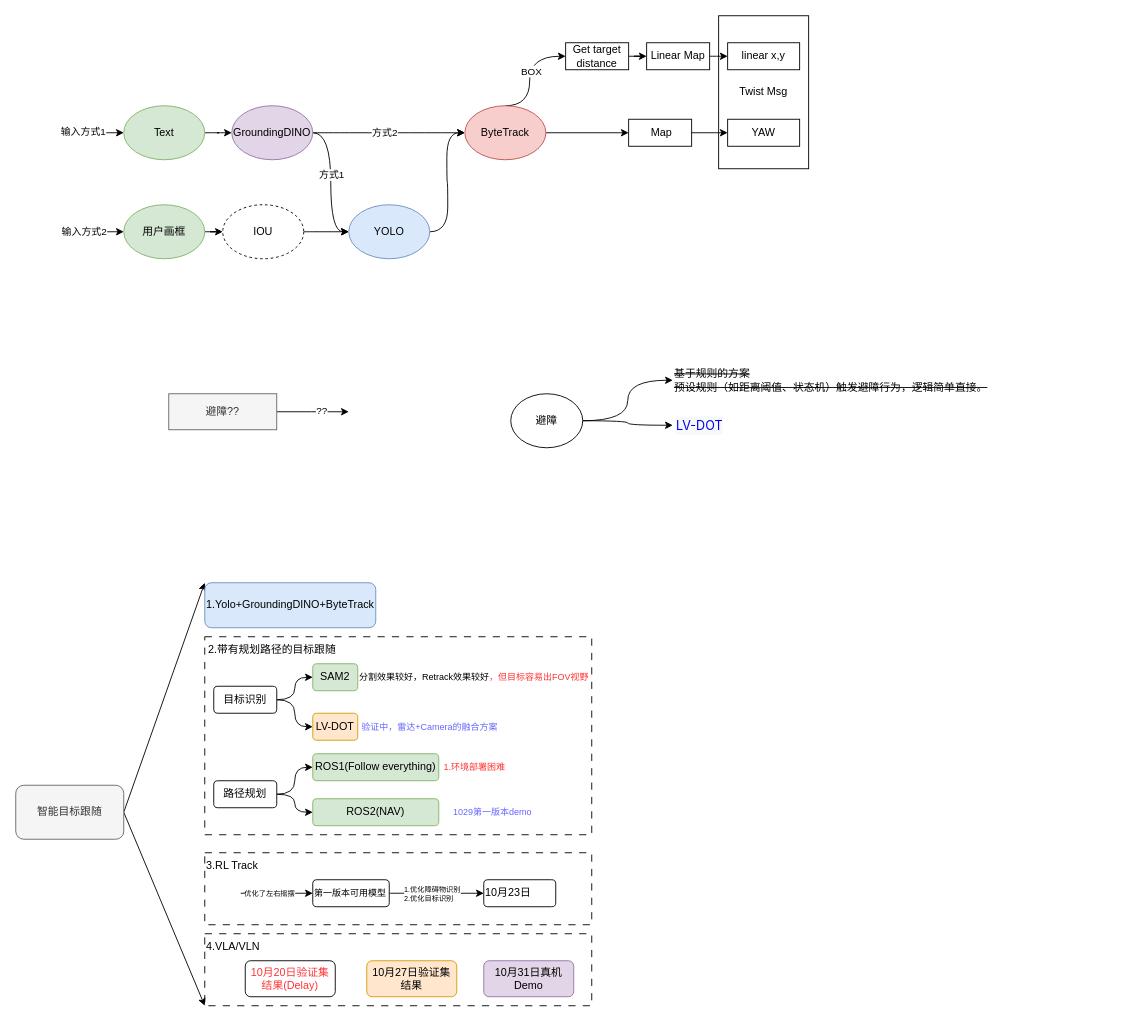
This is LLM/经典跟踪方法.drawio from mailonghua/drawio, a draw.io file, before an edit. Source tidied: cells renumbered, new cells numbered last; positions are measured from the earlier drawing's top-left corner, leaving out a move shared by most shapes. Both pictures are drawn from the tidied source at 90%, with x=0, y=0 at pixel (15, 15).
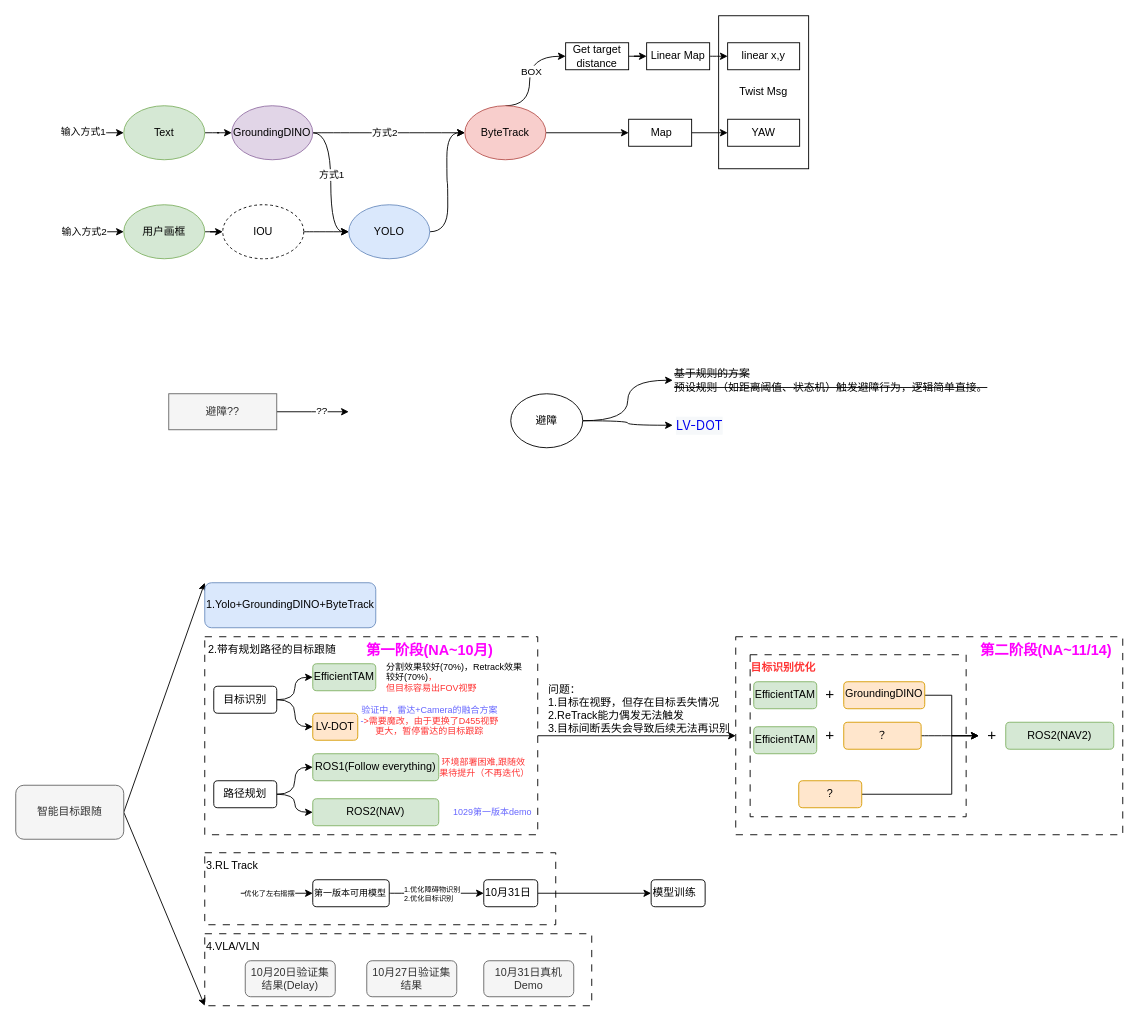
The same diagram, later.

Commit message:
更新经典跟踪方法.drawio

Change to the diagram source:
```diff
@@
+    <mxCell id="66" style="rounded=0;whiteSpace=wrap;html=1;labelBackgroundColor=none;fillColor=none;dashed=1;dashPattern=8 8;strokeWidth=1;" parent="1" vertex="1">
+      <mxGeometry x="210" y="930" width="390" height="80" as="geometry" />
+    </mxCell>
+    <mxCell id="73" style="rounded=0;whiteSpace=wrap;html=1;labelBackgroundColor=none;fillColor=none;dashed=1;dashPattern=8 8;strokeWidth=1;" parent="1" vertex="1">
+      <mxGeometry x="800" y="690" width="430" height="220" as="geometry" />
+    </mxCell>
+    <mxCell id="74" style="rounded=0;whiteSpace=wrap;html=1;labelBackgroundColor=none;dashed=1;dashPattern=8 8;strokeWidth=1;" parent="1" vertex="1">
+      <mxGeometry x="816" y="710" width="240" height="180" as="geometry" />
+    </mxCell>
+    <mxCell id="75" style="edgeStyle=orthogonalEdgeStyle;rounded=0;jettySize=auto;html=1;" parent="1" edge="1" source="2" target="73">
+      <mxGeometry relative="1" as="geometry" />
+    </mxCell>
     <mxCell id="2" style="rounded=0;whiteSpace=wrap;html=1;labelBackgroundColor=none;fillColor=none;dashed=1;dashPattern=8 8;strokeWidth=1;" parent="1" vertex="1">
-      <mxGeometry x="210" y="690" width="430" height="220" as="geometry" />
+      <mxGeometry x="210" y="690" width="370" height="220" as="geometry" />
     </mxCell>
@@
+    <mxCell id="76" style="edgeStyle=orthogonalEdgeStyle;rounded=0;jettySize=auto;html=1;exitX=1;exitY=0.5;exitDx=0;exitDy=0;entryX=0;entryY=0.5;entryDx=0;entryDy=0;" parent="1" edge="1" source="45" target="93">
+      <mxGeometry relative="1" as="geometry" />
+    </mxCell>
-    <mxCell id="45" value="10月23日" style="rounded=1;whiteSpace=wrap;html=1;align=left;" parent="1" vertex="1">
-      <mxGeometry x="520" y="960" width="80" height="30" as="geometry" />
+    <mxCell id="45" value="10月31日" style="rounded=1;whiteSpace=wrap;html=1;align=left;" parent="1" vertex="1">
+      <mxGeometry x="520" y="960" width="60" height="30" as="geometry" />
     </mxCell>
-    <mxCell id="46" value="SAM2" style="rounded=1;whiteSpace=wrap;html=1;align=center;fillColor=#d5e8d4;strokeColor=#82b366;" parent="1" vertex="1">
-      <mxGeometry x="330" y="720" width="50" height="30" as="geometry" />
+    <mxCell id="46" value="EfficientTAM" style="rounded=1;whiteSpace=wrap;html=1;align=center;fillColor=#d5e8d4;strokeColor=#82b366;" parent="1" vertex="1">
+      <mxGeometry x="330" y="720" width="70" height="30" as="geometry" />
     </mxCell>
@@
-    <mxCell id="56" value="1.环境部署困难" style="text;strokeColor=none;align=center;fillColor=none;html=1;verticalAlign=middle;whiteSpace=wrap;rounded=0;fontStyle=0;fontColor=#FF3333;fontSize=10;" parent="1" vertex="1">
-      <mxGeometry x="470" y="820" width="80" height="30" as="geometry" />
+    <mxCell id="56" value="环境部署困难,跟随效果待提升（不再迭代）" style="text;strokeColor=none;align=center;fillColor=none;html=1;verticalAlign=middle;whiteSpace=wrap;rounded=0;fontStyle=0;fontColor=#FF3333;fontSize=10;" parent="1" vertex="1">
+      <mxGeometry x="470" y="820" width="100" height="30" as="geometry" />
     </mxCell>
-    <mxCell id="57" value="&lt;font style=&quot;color: rgb(0, 0, 0);&quot;&gt;分割效果较好，Retrack效果较好&lt;/font&gt;，但目标容易出FOV视野" style="text;strokeColor=none;align=left;fillColor=none;html=1;verticalAlign=middle;whiteSpace=wrap;rounded=0;fontStyle=0;fontColor=#FF3333;fontSize=10;" parent="1" vertex="1">
-      <mxGeometry x="380" y="720" width="260" height="30" as="geometry" />
+    <mxCell id="57" value="&lt;font style=&quot;color: rgb(0, 0, 0);&quot;&gt;分割效果较好(70%)，Retrack效果较好(70%)&lt;/font&gt;，&lt;br&gt;但目标容易出FOV视野" style="text;strokeColor=none;align=left;fillColor=none;html=1;verticalAlign=middle;whiteSpace=wrap;rounded=0;fontStyle=0;fontColor=#FF3333;fontSize=10;" parent="1" vertex="1">
+      <mxGeometry x="410" y="720" width="160" height="30" as="geometry" />
     </mxCell>
-    <mxCell id="58" value="验证中，雷达+Camera的融合方案" style="text;strokeColor=none;align=center;fillColor=none;html=1;verticalAlign=middle;whiteSpace=wrap;rounded=0;fontStyle=0;fontColor=#6666FF;fontSize=10;" parent="1" vertex="1">
-      <mxGeometry x="380" y="775" width="160" height="30" as="geometry" />
+    <mxCell id="58" value="验证中，雷达+Camera的融合方案&lt;br&gt;-&lt;font style=&quot;color: rgb(255, 51, 51);&quot;&gt;&amp;gt;需要魔改，由于更换了D455视野更大，暂停雷达的目标跟踪&lt;/font&gt;" style="text;strokeColor=none;align=center;fillColor=none;html=1;verticalAlign=middle;whiteSpace=wrap;rounded=0;fontStyle=0;fontColor=#6666FF;fontSize=10;" parent="1" vertex="1">
+      <mxGeometry x="380" y="760" width="160" height="45" as="geometry" />
     </mxCell>
@@
-    <mxCell id="66" style="rounded=0;whiteSpace=wrap;html=1;labelBackgroundColor=none;fillColor=none;dashed=1;dashPattern=8 8;strokeWidth=1;" parent="1" vertex="1">
-      <mxGeometry x="210" y="930" width="430" height="80" as="geometry" />
-    </mxCell>
@@
-    <mxCell id="70" value="10月20日验证集结果(Delay)" style="rounded=1;whiteSpace=wrap;html=1;fontColor=#FF3333;" parent="1" vertex="1">
+    <mxCell id="70" value="10月20日验证集结果(Delay)" style="rounded=1;whiteSpace=wrap;html=1;fontColor=#333333;fillColor=#f5f5f5;strokeColor=#666666;" parent="1" vertex="1">
       <mxGeometry x="255" y="1050" width="100" height="40" as="geometry" />
     </mxCell>
-    <mxCell id="71" value="10月31日真机Demo" style="rounded=1;whiteSpace=wrap;html=1;fillColor=#e1d5e7;strokeColor=#9673a6;" parent="1" vertex="1">
+    <mxCell id="71" value="10月31日真机Demo" style="rounded=1;whiteSpace=wrap;html=1;fillColor=#f5f5f5;strokeColor=#666666;fontColor=#333333;" parent="1" vertex="1">
       <mxGeometry x="520" y="1050" width="100" height="40" as="geometry" />
     </mxCell>
-    <mxCell id="72" value="10月27日验证集结果" style="rounded=1;whiteSpace=wrap;html=1;fillColor=#ffe6cc;strokeColor=#d79b00;" parent="1" vertex="1">
+    <mxCell id="72" value="10月27日验证集结果" style="rounded=1;whiteSpace=wrap;html=1;fillColor=#f5f5f5;strokeColor=#666666;fontColor=#333333;" parent="1" vertex="1">
       <mxGeometry x="390" y="1050" width="100" height="40" as="geometry" />
     </mxCell>
+    <mxCell id="77" value="第一阶段(NA~10月)" style="text;html=1;whiteSpace=wrap;strokeColor=none;fillColor=none;align=center;verticalAlign=middle;rounded=0;fontStyle=1;fontColor=#FF00FF;fontSize=16;" parent="1" vertex="1">
+      <mxGeometry x="385" y="690" width="150" height="30" as="geometry" />
+    </mxCell>
+    <mxCell id="78" value="第二阶段(NA~11/14)" style="text;html=1;whiteSpace=wrap;strokeColor=none;fillColor=none;align=center;verticalAlign=middle;rounded=0;fontStyle=1;fontColor=#FF00FF;fontSize=16;" parent="1" vertex="1">
+      <mxGeometry x="1070" y="690" width="150" height="30" as="geometry" />
+    </mxCell>
+    <mxCell id="79" value="EfficientTAM" style="rounded=1;whiteSpace=wrap;html=1;align=center;fillColor=#d5e8d4;strokeColor=#82b366;" parent="1" vertex="1">
+      <mxGeometry x="820" y="740" width="70" height="30" as="geometry" />
+    </mxCell>
+    <mxCell id="80" style="edgeStyle=orthogonalEdgeStyle;rounded=0;jettySize=auto;html=1;exitX=1;exitY=0.5;exitDx=0;exitDy=0;entryX=0;entryY=0.5;entryDx=0;entryDy=0;" parent="1" edge="1" source="81" target="91">
+      <mxGeometry relative="1" as="geometry" />
+    </mxCell>
+    <mxCell id="81" value="&lt;span class=&quot;AppHeader-context-item-label&quot; style=&quot;box-sizing: border-box; display: inline-block; overflow: hidden; text-overflow: ellipsis; text-wrap: nowrap;&quot;&gt;GroundingDINO&lt;/span&gt;" style="rounded=1;whiteSpace=wrap;html=1;align=center;fillColor=#ffe6cc;strokeColor=#d79b00;" parent="1" vertex="1">
+      <mxGeometry x="920" y="740" width="90" height="30" as="geometry" />
+    </mxCell>
+    <mxCell id="82" value="+" style="text;html=1;whiteSpace=wrap;strokeColor=none;fillColor=none;align=center;verticalAlign=middle;rounded=0;fontSize=17;" parent="1" vertex="1">
+      <mxGeometry x="890" y="740" width="30" height="30" as="geometry" />
+    </mxCell>
+    <mxCell id="83" value="EfficientTAM" style="rounded=1;whiteSpace=wrap;html=1;align=center;fillColor=#d5e8d4;strokeColor=#82b366;" parent="1" vertex="1">
+      <mxGeometry x="820" y="790" width="70" height="30" as="geometry" />
+    </mxCell>
+    <mxCell id="84" style="edgeStyle=orthogonalEdgeStyle;curved=1;rounded=0;jettySize=auto;html=1;exitX=1;exitY=0.5;exitDx=0;exitDy=0;entryX=0;entryY=0.5;entryDx=0;entryDy=0;" parent="1" edge="1" source="85" target="91">
+      <mxGeometry relative="1" as="geometry" />
+    </mxCell>
+    <mxCell id="85" value="？" style="rounded=1;whiteSpace=wrap;html=1;align=center;fillColor=#ffe6cc;strokeColor=#d79b00;" parent="1" vertex="1">
+      <mxGeometry x="920" y="785" width="86" height="30" as="geometry" />
+    </mxCell>
+    <mxCell id="86" value="+" style="text;html=1;whiteSpace=wrap;strokeColor=none;fillColor=none;align=center;verticalAlign=middle;rounded=0;fontSize=17;" parent="1" vertex="1">
+      <mxGeometry x="890" y="785" width="30" height="30" as="geometry" />
+    </mxCell>
+    <mxCell id="87" style="edgeStyle=orthogonalEdgeStyle;rounded=0;jettySize=auto;html=1;exitX=1;exitY=0.5;exitDx=0;exitDy=0;entryX=0;entryY=0.5;entryDx=0;entryDy=0;" parent="1" edge="1" source="88" target="91">
+      <mxGeometry relative="1" as="geometry">
+        <Array as="points">
+          <mxPoint x="1040" y="865" />
+          <mxPoint x="1040" y="800" />
+        </Array>
+      </mxGeometry>
+    </mxCell>
+    <mxCell id="88" value="?" style="rounded=1;whiteSpace=wrap;html=1;align=center;fillColor=#ffe6cc;strokeColor=#d79b00;" parent="1" vertex="1">
+      <mxGeometry x="870" y="850" width="70" height="30" as="geometry" />
+    </mxCell>
+    <mxCell id="89" value="问题：&lt;br&gt;1.目标在视野，但存在目标丢失情况&lt;br&gt;2.ReTrack能力偶发无法触发&lt;br&gt;3.目标间断丢失会导致后续无法再识别" style="text;html=1;whiteSpace=wrap;strokeColor=none;fillColor=none;align=left;verticalAlign=middle;rounded=0;" parent="1" vertex="1">
+      <mxGeometry x="590" y="745" width="210" height="50" as="geometry" />
+    </mxCell>
+    <mxCell id="90" value="ROS2(NAV2)" style="rounded=1;whiteSpace=wrap;html=1;align=center;fillColor=#d5e8d4;strokeColor=#82b366;" parent="1" vertex="1">
+      <mxGeometry x="1100" y="785" width="120" height="30" as="geometry" />
+    </mxCell>
+    <mxCell id="91" value="+" style="text;html=1;whiteSpace=wrap;strokeColor=none;fillColor=none;align=center;verticalAlign=middle;rounded=0;fontSize=17;" parent="1" vertex="1">
+      <mxGeometry x="1070" y="785" width="30" height="30" as="geometry" />
+    </mxCell>
+    <mxCell id="92" value="目标识别优化" style="text;html=1;whiteSpace=wrap;strokeColor=none;fillColor=none;align=center;verticalAlign=middle;rounded=0;fontStyle=1;fontColor=#FF3333;" parent="1" vertex="1">
+      <mxGeometry x="816" y="710" width="74" height="30" as="geometry" />
+    </mxCell>
+    <mxCell id="93" value="模型训练" style="rounded=1;whiteSpace=wrap;html=1;align=left;" parent="1" vertex="1">
+      <mxGeometry x="706" y="960" width="60" height="30" as="geometry" />
+    </mxCell>
```
